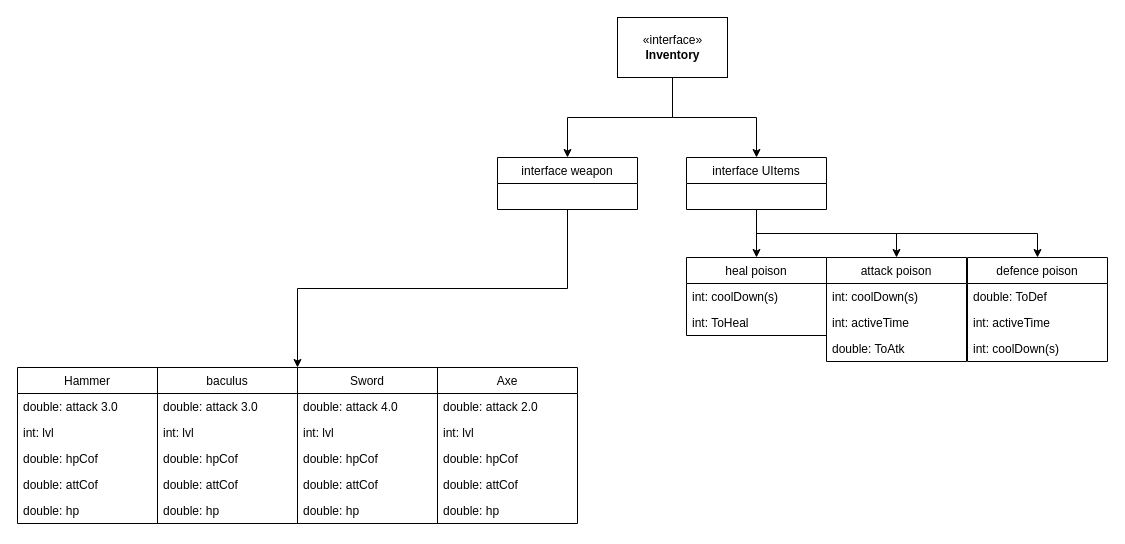
Above: page "Inventory(weapon,UItems)" (2 of 3) of src/plan/projectDiagram.drawio in vfedychkanych/MyPlayProj (draw.io), before the change. Source tidied: cells renumbered, new cells numbered last; positions are measured from the earlier drawing's top-left corner, leaving out a move shared by most shapes. Both pictures are drawn from the tidied source at 100%, with x=0, y=0 at pixel (17, 17).
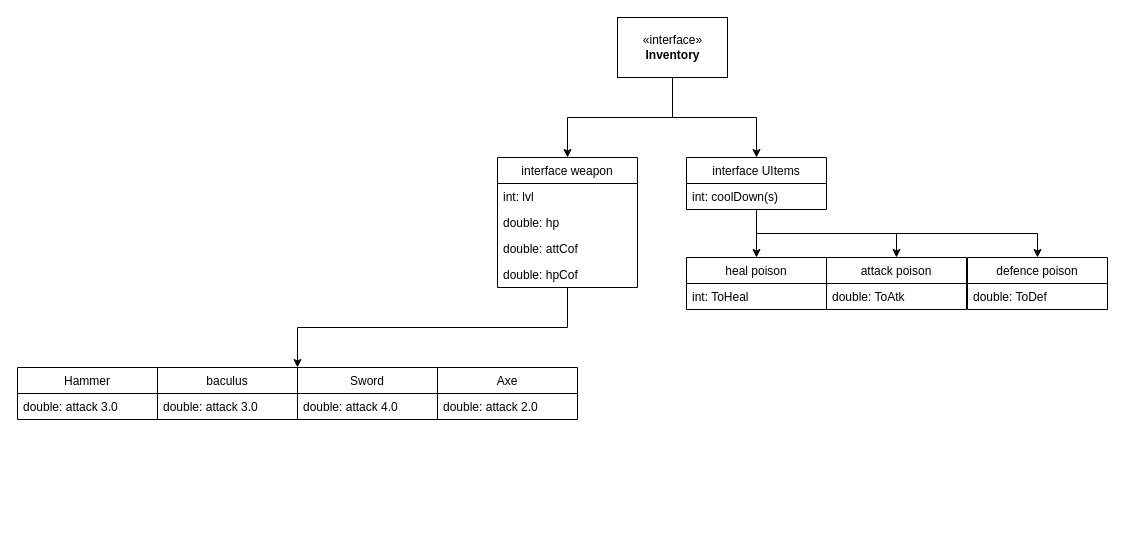
The same diagram, later.

Unchanged cells that the change refers to:
```xml
<mxCell id="34" value="interface UItems" style="swimlane;fontStyle=0;horizontal=1;startSize=26;fillColor=none;" parent="1" vertex="1">
  <mxGeometry x="669" y="140" width="140" height="52" as="geometry" />
</mxCell>
```

Change to the diagram source:
```diff
@@
     <mxCell id="2" value="Axe" style="swimlane;fontStyle=0;horizontal=1;startSize=26;fillColor=none;" parent="1" vertex="1">
-      <mxGeometry x="420" y="350" width="140" height="156" as="geometry" />
+      <mxGeometry x="420" y="350" width="140" height="52" as="geometry" />
     </mxCell>
@@
-    <mxCell id="4" value="int: lvl" style="text;strokeColor=none;fillColor=none;align=left;verticalAlign=top;spacingLeft=4;spacingRight=4;overflow=hidden;" parent="2" vertex="1">
-      <mxGeometry y="52" width="140" height="26" as="geometry" />
-    </mxCell>
-    <mxCell id="5" value="double: hpCof" style="text;strokeColor=none;fillColor=none;align=left;verticalAlign=top;spacingLeft=4;spacingRight=4;overflow=hidden;" parent="2" vertex="1">
-      <mxGeometry y="78" width="140" height="26" as="geometry" />
-    </mxCell>
-    <mxCell id="6" value="double: attCof" style="text;strokeColor=none;fillColor=none;align=left;verticalAlign=top;spacingLeft=4;spacingRight=4;overflow=hidden;" parent="2" vertex="1">
-      <mxGeometry y="104" width="140" height="26" as="geometry" />
-    </mxCell>
-    <mxCell id="7" value="double: hp" style="text;strokeColor=none;fillColor=none;align=left;verticalAlign=top;spacingLeft=4;spacingRight=4;overflow=hidden;" parent="2" vertex="1">
-      <mxGeometry y="130" width="140" height="26" as="geometry" />
-    </mxCell>
     <mxCell id="8" value="Sword" style="swimlane;fontStyle=0;horizontal=1;startSize=26;fillColor=none;" parent="1" vertex="1">
-      <mxGeometry x="280" y="350" width="140" height="156" as="geometry" />
+      <mxGeometry x="280" y="350" width="140" height="52" as="geometry" />
     </mxCell>
@@
-    <mxCell id="10" value="int: lvl" style="text;strokeColor=none;fillColor=none;align=left;verticalAlign=top;spacingLeft=4;spacingRight=4;overflow=hidden;" parent="8" vertex="1">
-      <mxGeometry y="52" width="140" height="26" as="geometry" />
-    </mxCell>
-    <mxCell id="11" value="double: hpCof" style="text;strokeColor=none;fillColor=none;align=left;verticalAlign=top;spacingLeft=4;spacingRight=4;overflow=hidden;" parent="8" vertex="1">
-      <mxGeometry y="78" width="140" height="26" as="geometry" />
-    </mxCell>
-    <mxCell id="12" value="double: attCof" style="text;strokeColor=none;fillColor=none;align=left;verticalAlign=top;spacingLeft=4;spacingRight=4;overflow=hidden;" parent="8" vertex="1">
-      <mxGeometry y="104" width="140" height="26" as="geometry" />
-    </mxCell>
-    <mxCell id="13" value="double: hp" style="text;strokeColor=none;fillColor=none;align=left;verticalAlign=top;spacingLeft=4;spacingRight=4;overflow=hidden;" parent="8" vertex="1">
-      <mxGeometry y="130" width="140" height="26" as="geometry" />
-    </mxCell>
     <mxCell id="14" value="baculus" style="swimlane;fontStyle=0;horizontal=1;startSize=26;fillColor=none;" parent="1" vertex="1">
-      <mxGeometry x="140" y="350" width="140" height="156" as="geometry" />
+      <mxGeometry x="140" y="350" width="140" height="52" as="geometry" />
     </mxCell>
@@
-    <mxCell id="16" value="int: lvl" style="text;strokeColor=none;fillColor=none;align=left;verticalAlign=top;spacingLeft=4;spacingRight=4;overflow=hidden;" parent="14" vertex="1">
-      <mxGeometry y="52" width="140" height="26" as="geometry" />
-    </mxCell>
-    <mxCell id="17" value="double: hpCof" style="text;strokeColor=none;fillColor=none;align=left;verticalAlign=top;spacingLeft=4;spacingRight=4;overflow=hidden;" parent="14" vertex="1">
-      <mxGeometry y="78" width="140" height="26" as="geometry" />
-    </mxCell>
-    <mxCell id="18" value="double: attCof" style="text;strokeColor=none;fillColor=none;align=left;verticalAlign=top;spacingLeft=4;spacingRight=4;overflow=hidden;" parent="14" vertex="1">
-      <mxGeometry y="104" width="140" height="26" as="geometry" />
-    </mxCell>
-    <mxCell id="19" value="double: hp" style="text;strokeColor=none;fillColor=none;align=left;verticalAlign=top;spacingLeft=4;spacingRight=4;overflow=hidden;" parent="14" vertex="1">
-      <mxGeometry y="130" width="140" height="26" as="geometry" />
-    </mxCell>
     <mxCell id="20" value="Hammer" style="swimlane;fontStyle=0;horizontal=1;startSize=26;fillColor=none;" parent="1" vertex="1">
-      <mxGeometry y="350" width="140" height="156" as="geometry" />
+      <mxGeometry y="350" width="140" height="52" as="geometry" />
     </mxCell>
@@
-    <mxCell id="22" value="int: lvl" style="text;strokeColor=none;fillColor=none;align=left;verticalAlign=top;spacingLeft=4;spacingRight=4;overflow=hidden;" parent="20" vertex="1">
-      <mxGeometry y="52" width="140" height="26" as="geometry" />
-    </mxCell>
-    <mxCell id="23" value="double: hpCof" style="text;strokeColor=none;fillColor=none;align=left;verticalAlign=top;spacingLeft=4;spacingRight=4;overflow=hidden;" parent="20" vertex="1">
-      <mxGeometry y="78" width="140" height="26" as="geometry" />
-    </mxCell>
-    <mxCell id="24" value="double: attCof" style="text;strokeColor=none;fillColor=none;align=left;verticalAlign=top;spacingLeft=4;spacingRight=4;overflow=hidden;" parent="20" vertex="1">
-      <mxGeometry y="104" width="140" height="26" as="geometry" />
-    </mxCell>
-    <mxCell id="25" value="double: hp" style="text;strokeColor=none;fillColor=none;align=left;verticalAlign=top;spacingLeft=4;spacingRight=4;overflow=hidden;" parent="20" vertex="1">
-      <mxGeometry y="130" width="140" height="26" as="geometry" />
-    </mxCell>
@@
     <mxCell id="30" value="interface weapon" style="swimlane;fontStyle=0;horizontal=1;startSize=26;fillColor=none;" parent="1" vertex="1">
-      <mxGeometry x="480" y="140" width="140" height="52" as="geometry" />
+      <mxGeometry x="480" y="140" width="140" height="130" as="geometry" />
     </mxCell>
+    <mxCell id="46" value="int: lvl" style="text;strokeColor=none;fillColor=none;align=left;verticalAlign=top;spacingLeft=4;spacingRight=4;overflow=hidden;" parent="30" vertex="1">
+      <mxGeometry y="26" width="140" height="26" as="geometry" />
+    </mxCell>
+    <mxCell id="47" value="double: hp" style="text;strokeColor=none;fillColor=none;align=left;verticalAlign=top;spacingLeft=4;spacingRight=4;overflow=hidden;" parent="30" vertex="1">
+      <mxGeometry y="52" width="140" height="26" as="geometry" />
+    </mxCell>
+    <mxCell id="6" value="double: attCof" style="text;strokeColor=none;fillColor=none;align=left;verticalAlign=top;spacingLeft=4;spacingRight=4;overflow=hidden;" parent="30" vertex="1">
+      <mxGeometry y="78" width="140" height="26" as="geometry" />
+    </mxCell>
+    <mxCell id="5" value="double: hpCof" style="text;strokeColor=none;fillColor=none;align=left;verticalAlign=top;spacingLeft=4;spacingRight=4;overflow=hidden;" parent="30" vertex="1">
+      <mxGeometry y="104" width="140" height="26" as="geometry" />
+    </mxCell>
@@
+    <mxCell id="40" value="int: coolDown(s)" style="text;strokeColor=none;fillColor=none;align=left;verticalAlign=top;spacingLeft=4;spacingRight=4;overflow=hidden;" parent="34" vertex="1">
+      <mxGeometry y="26" width="140" height="26" as="geometry" />
+    </mxCell>
     <mxCell id="35" value="heal poison" style="swimlane;fontStyle=0;horizontal=1;startSize=26;fillColor=none;" parent="1" vertex="1">
-      <mxGeometry x="669" y="240" width="140" height="78" as="geometry" />
+      <mxGeometry x="669" y="240" width="140" height="52" as="geometry" />
     </mxCell>
-    <mxCell id="36" value="int: coolDown(s)" style="text;strokeColor=none;fillColor=none;align=left;verticalAlign=top;spacingLeft=4;spacingRight=4;overflow=hidden;" parent="35" vertex="1">
-      <mxGeometry y="26" width="140" height="26" as="geometry" />
-    </mxCell>
     <mxCell id="37" value="int: ToHeal" style="text;strokeColor=none;fillColor=none;align=left;verticalAlign=top;spacingLeft=4;spacingRight=4;overflow=hidden;" parent="35" vertex="1">
-      <mxGeometry y="52" width="140" height="26" as="geometry" />
+      <mxGeometry y="26" width="140" height="26" as="geometry" />
     </mxCell>
     <mxCell id="38" value="attack poison" style="swimlane;fontStyle=0;horizontal=1;startSize=26;fillColor=none;" parent="1" vertex="1">
-      <mxGeometry x="809" y="240" width="140" height="104" as="geometry" />
+      <mxGeometry x="809" y="240" width="140" height="52" as="geometry" />
     </mxCell>
-    <mxCell id="39" value="int: coolDown(s)" style="text;strokeColor=none;fillColor=none;align=left;verticalAlign=top;spacingLeft=4;spacingRight=4;overflow=hidden;" parent="38" vertex="1">
-      <mxGeometry y="26" width="140" height="26" as="geometry" />
-    </mxCell>
-    <mxCell id="40" value="int: activeTime" style="text;strokeColor=none;fillColor=none;align=left;verticalAlign=top;spacingLeft=4;spacingRight=4;overflow=hidden;" parent="38" vertex="1">
-      <mxGeometry y="52" width="140" height="26" as="geometry" />
-    </mxCell>
     <mxCell id="41" value="double: ToAtk" style="text;strokeColor=none;fillColor=none;align=left;verticalAlign=top;spacingLeft=4;spacingRight=4;overflow=hidden;" parent="38" vertex="1">
-      <mxGeometry y="78" width="140" height="26" as="geometry" />
+      <mxGeometry y="26" width="140" height="26" as="geometry" />
     </mxCell>
     <mxCell id="42" value="defence poison" style="swimlane;fontStyle=0;horizontal=1;startSize=26;fillColor=none;" parent="1" vertex="1">
-      <mxGeometry x="950" y="240" width="140" height="104" as="geometry" />
+      <mxGeometry x="950" y="240" width="140" height="52" as="geometry" />
     </mxCell>
@@
-    <mxCell id="44" value="int: activeTime" style="text;strokeColor=none;fillColor=none;align=left;verticalAlign=top;spacingLeft=4;spacingRight=4;overflow=hidden;" parent="42" vertex="1">
-      <mxGeometry y="52" width="140" height="26" as="geometry" />
-    </mxCell>
-    <mxCell id="45" value="int: coolDown(s)" style="text;strokeColor=none;fillColor=none;align=left;verticalAlign=top;spacingLeft=4;spacingRight=4;overflow=hidden;" parent="42" vertex="1">
-      <mxGeometry y="78" width="140" height="26" as="geometry" />
-    </mxCell>
```
